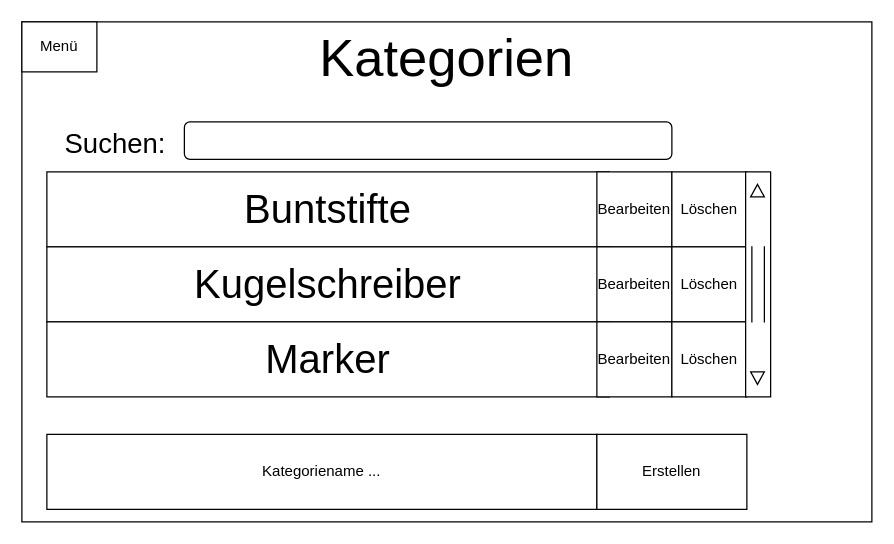
The draw.io diagram dev/mockups/raw/Kategorienübersicht.drawio in callidaria/pen-testing, before the edit. Source tidied: cells renumbered, new cells numbered last; positions are measured from the earlier drawing's top-left corner, leaving out a move shared by most shapes. Both pictures are drawn from the tidied source at 125%, with x=0, y=0 at pixel (21, 21).
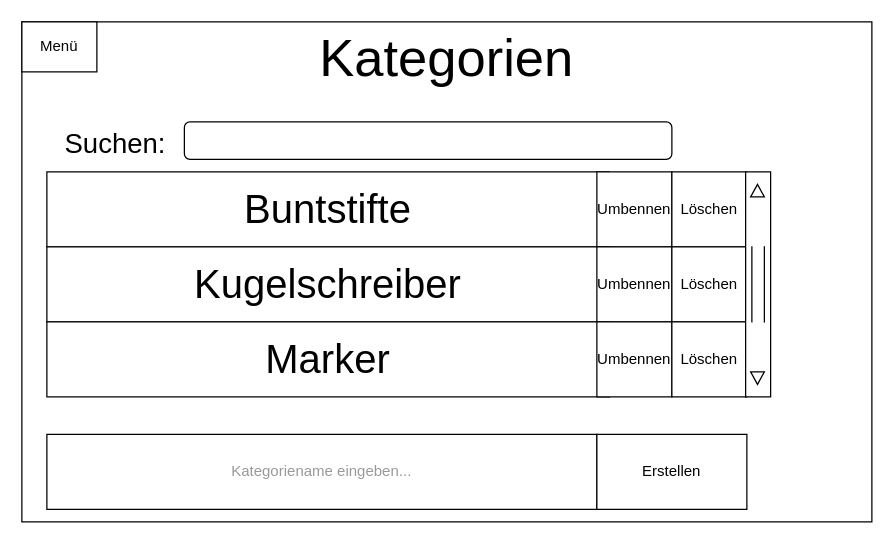
After the change.

What changed in the source:
```diff
@@
-    <mxCell id="5" value="Bearbeiten" style="rounded=0;whiteSpace=wrap;html=1;" parent="1" vertex="1">
+    <mxCell id="5" value="Umbennen" style="rounded=0;whiteSpace=wrap;html=1;" parent="1" vertex="1">
       <mxGeometry x="460" y="120" width="60" height="60" as="geometry" />
     </mxCell>
@@
-    <mxCell id="8" value="Bearbeiten" style="rounded=0;whiteSpace=wrap;html=1;" parent="1" vertex="1">
+    <mxCell id="8" value="Umbennen" style="rounded=0;whiteSpace=wrap;html=1;" parent="1" vertex="1">
       <mxGeometry x="460" y="180" width="60" height="60" as="geometry" />
     </mxCell>
@@
-    <mxCell id="11" value="Bearbeiten" style="rounded=0;whiteSpace=wrap;html=1;" parent="1" vertex="1">
+    <mxCell id="11" value="Umbennen" style="rounded=0;whiteSpace=wrap;html=1;" parent="1" vertex="1">
       <mxGeometry x="460" y="240" width="60" height="60" as="geometry" />
     </mxCell>
@@
-    <mxCell id="13" value="Kategoriename ..." style="rounded=0;whiteSpace=wrap;html=1;" parent="1" vertex="1">
+    <mxCell id="13" value="&lt;font color=&quot;#999999&quot;&gt;Kategoriename eingeben...&lt;/font&gt;" style="rounded=0;whiteSpace=wrap;html=1;" parent="1" vertex="1">
       <mxGeometry x="20" y="330" width="440" height="60" as="geometry" />
     </mxCell>
```
